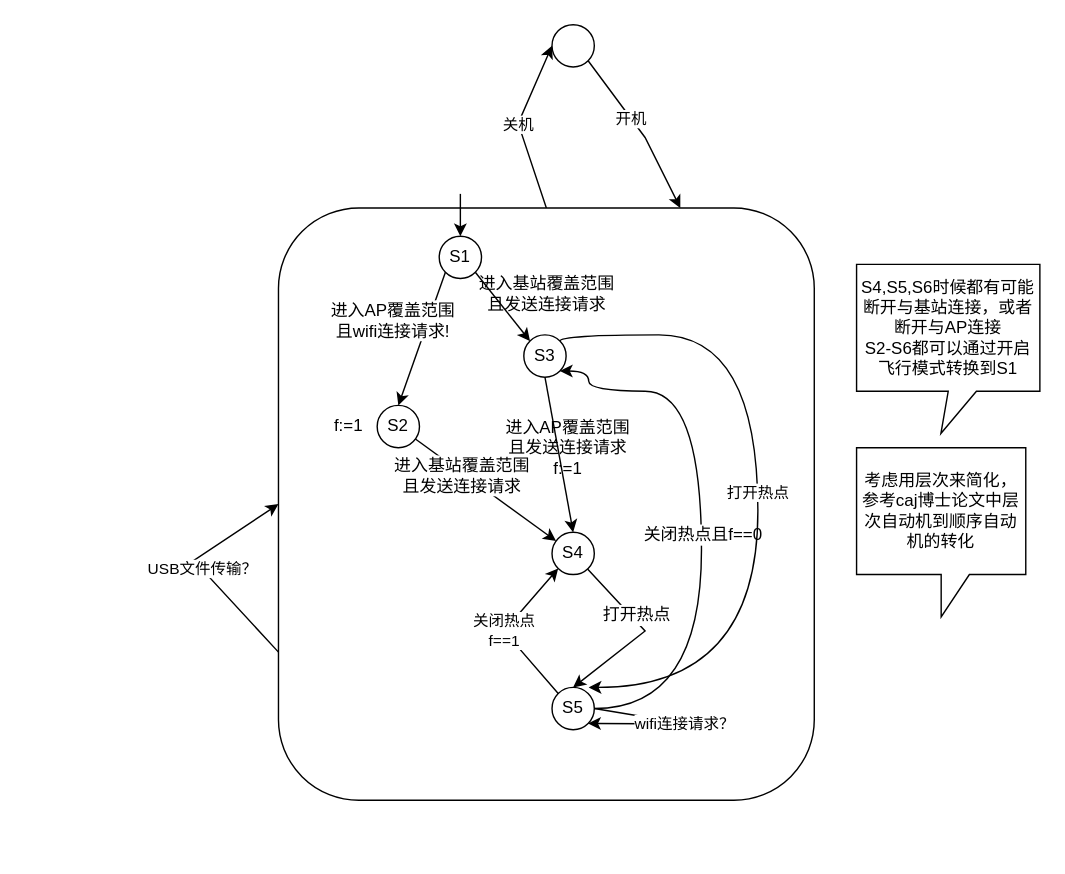
The draw.io diagram page "HTA网络" (4 of 4) of 时间自动机.drawio in Icarus1994/neutron_conf, before the edit. Source tidied: cells renumbered, new cells numbered last; positions are measured from the earlier drawing's top-left corner, leaving out a move shared by most shapes. Both pictures are drawn from the tidied source at 141%, with x=0, y=0 at pixel (193, 24).
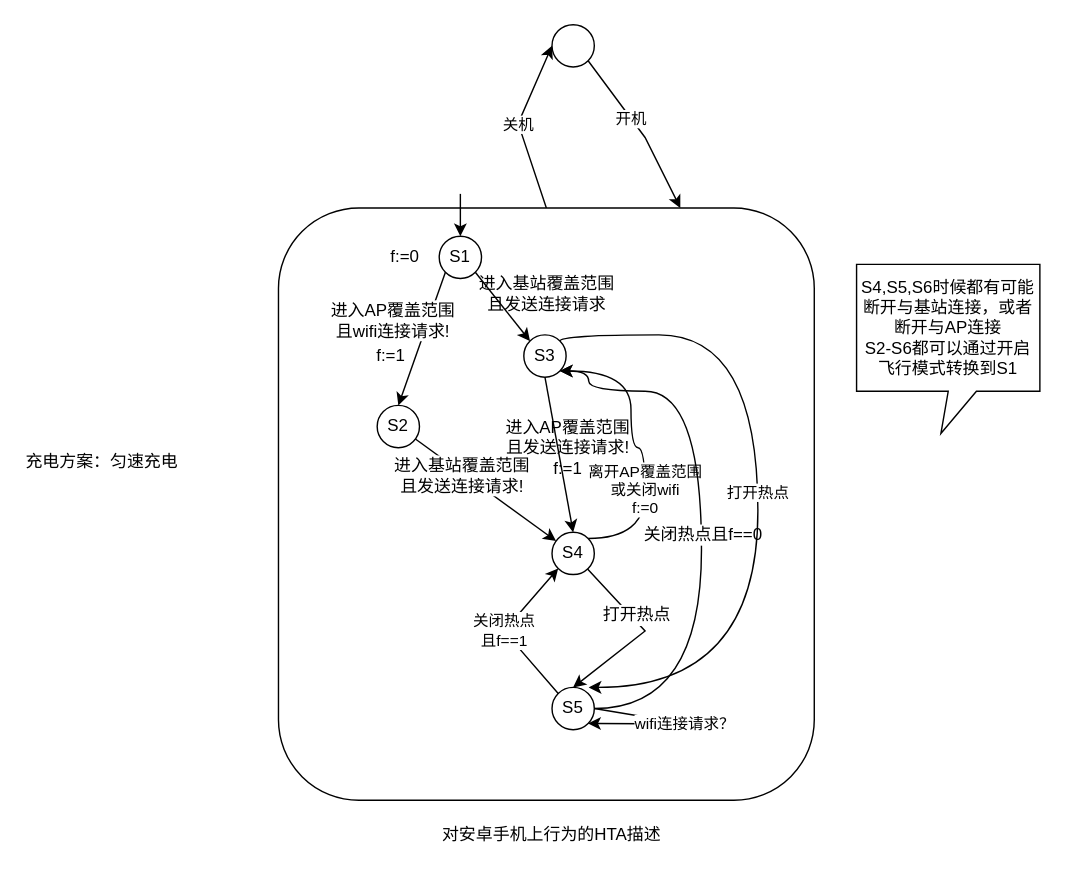
The same diagram, later.

Unchanged cells that the change refers to:
```xml
<mxCell id="5" style="rounded=1;whiteSpace=wrap;html=1;" parent="1" vertex="1">
  <mxGeometry x="60" y="130" width="380" height="420" as="geometry" />
</mxCell>
<mxCell id="11" style="edgeStyle=none;rounded=0;jettySize=auto;html=1;" parent="1" edge="1" source="13" target="16">
  <mxGeometry relative="1" as="geometry" />
</mxCell>
<mxCell id="16" value="S4" style="ellipse;whiteSpace=wrap;html=1;" parent="1" vertex="1">
  <mxGeometry x="254" y="360" width="30" height="30" as="geometry" />
</mxCell>
<mxCell id="20" value="S5" style="ellipse;whiteSpace=wrap;html=1;" parent="1" vertex="1">
  <mxGeometry x="254" y="470" width="30" height="30" as="geometry" />
</mxCell>
<mxCell id="21" style="edgeStyle=none;rounded=0;jettySize=auto;html=1;exitX=0.5;exitY=1;exitDx=0;exitDy=0;entryX=0.5;entryY=0;entryDx=0;entryDy=0;" parent="1" edge="1" source="24" target="16">
  <mxGeometry relative="1" as="geometry" />
</mxCell>
<mxCell id="24" value="S3" style="ellipse;whiteSpace=wrap;html=1;" parent="1" vertex="1">
  <mxGeometry x="234" y="220" width="30" height="30" as="geometry" />
</mxCell>
```

Change to the diagram source:
```diff
@@
-    <mxCell id="12" value="进入AP覆盖范围&lt;br&gt;且发送连接请求&lt;br&gt;f:=1" style="text;html=1;align=center;verticalAlign=middle;labelBackgroundColor=#ffffff;" parent="11" vertex="1">
+    <mxCell id="12" value="进入AP覆盖范围&lt;br&gt;且发送连接请求!&lt;br&gt;f:=1" style="text;html=1;align=center;verticalAlign=middle;labelBackgroundColor=#ffffff;" parent="11" vertex="1">
       <mxGeometry x="-0.31" relative="1" as="geometry">
         <mxPoint x="72.1" y="-19.1" as="offset" />
       </mxGeometry>
     </mxCell>
@@
+    <mxCell id="31" value="离开AP覆盖范围&lt;br&gt;或关闭wifi&lt;br&gt;f:=0" style="edgeStyle=orthogonalEdgeStyle;curved=1;rounded=0;jettySize=auto;html=1;exitX=1;exitY=0;exitDx=0;exitDy=0;entryX=1;entryY=1;entryDx=0;entryDy=0;" parent="1" edge="1" source="16" target="24">
+      <mxGeometry x="-0.32" relative="1" as="geometry">
+        <Array as="points">
+          <mxPoint x="320" y="364" />
+          <mxPoint x="320" y="300" />
+          <mxPoint x="310" y="300" />
+          <mxPoint x="310" y="246" />
+        </Array>
+      </mxGeometry>
+    </mxCell>
@@
-    <mxCell id="17" value="关闭热点&lt;br&gt;f==1" style="edgeStyle=none;rounded=0;jettySize=auto;html=1;exitX=0;exitY=0;exitDx=0;exitDy=0;entryX=0;entryY=1;entryDx=0;entryDy=0;" parent="1" edge="1" source="20" target="16">
+    <mxCell id="17" value="关闭热点&lt;br&gt;且f==1" style="edgeStyle=none;rounded=0;jettySize=auto;html=1;exitX=0;exitY=0;exitDx=0;exitDy=0;entryX=0;entryY=1;entryDx=0;entryDy=0;" parent="1" edge="1" source="20" target="16">
       <mxGeometry relative="1" as="geometry">
         <Array as="points">
           <mxPoint x="220" y="430" />
         </Array>
       </mxGeometry>
     </mxCell>
@@
-    <mxCell id="22" value="进入基站覆盖范围&lt;br&gt;且发送连接请求" style="text;html=1;align=center;verticalAlign=middle;labelBackgroundColor=#ffffff;" parent="21" vertex="1">
+    <mxCell id="22" value="进入基站覆盖范围&lt;br&gt;且发送连接请求!" style="text;html=1;align=center;verticalAlign=middle;labelBackgroundColor=#ffffff;" parent="21" vertex="1">
       <mxGeometry x="-0.17" y="1" relative="1" as="geometry">
         <mxPoint x="-69.2" y="24.9" as="offset" />
       </mxGeometry>
     </mxCell>
@@
-    <mxCell id="26" value="USB文件传输？" style="edgeStyle=none;rounded=0;orthogonalLoop=1;jettySize=auto;html=1;exitX=0;exitY=0.75;exitDx=0;exitDy=0;entryX=0;entryY=0.5;entryDx=0;entryDy=0;" parent="1" edge="1" source="5" target="5">
-      <mxGeometry relative="1" as="geometry">
-        <Array as="points">
-          <mxPoint y="380" />
-        </Array>
-      </mxGeometry>
-    </mxCell>
@@
     <mxCell id="28" value="f:=1" style="text;html=1;strokeColor=none;fillColor=none;align=center;verticalAlign=middle;whiteSpace=wrap;rounded=0;" parent="1" vertex="1">
-      <mxGeometry x="90" y="275" width="40" height="20" as="geometry" />
+      <mxGeometry x="120" y="225" width="40" height="20" as="geometry" />
     </mxCell>
@@
-    <mxCell id="30" value="考虑用层次来简化，参考caj博士论文中层次自动机到顺序自动机的转化" style="shape=callout;whiteSpace=wrap;html=1;perimeter=calloutPerimeter;" parent="1" vertex="1">
-      <mxGeometry x="470" y="300" width="120" height="120" as="geometry" />
-    </mxCell>
+    <mxCell id="32" value="f:=0" style="text;html=1;strokeColor=none;fillColor=none;align=center;verticalAlign=middle;whiteSpace=wrap;rounded=0;" parent="1" vertex="1">
+      <mxGeometry x="130" y="155" width="40" height="20" as="geometry" />
+    </mxCell>
+    <mxCell id="33" value="对安卓手机上行为的HTA描述" style="text;html=1;strokeColor=none;fillColor=none;align=center;verticalAlign=middle;whiteSpace=wrap;rounded=0;" parent="1" vertex="1">
+      <mxGeometry x="166" y="565" width="176" height="20" as="geometry" />
+    </mxCell>
+    <mxCell id="34" value="充电方案：匀速充电" style="text;html=1;strokeColor=none;fillColor=none;align=center;verticalAlign=middle;whiteSpace=wrap;rounded=0;" parent="1" vertex="1">
+      <mxGeometry x="-120" y="300" width="110" height="20" as="geometry" />
+    </mxCell>
```
